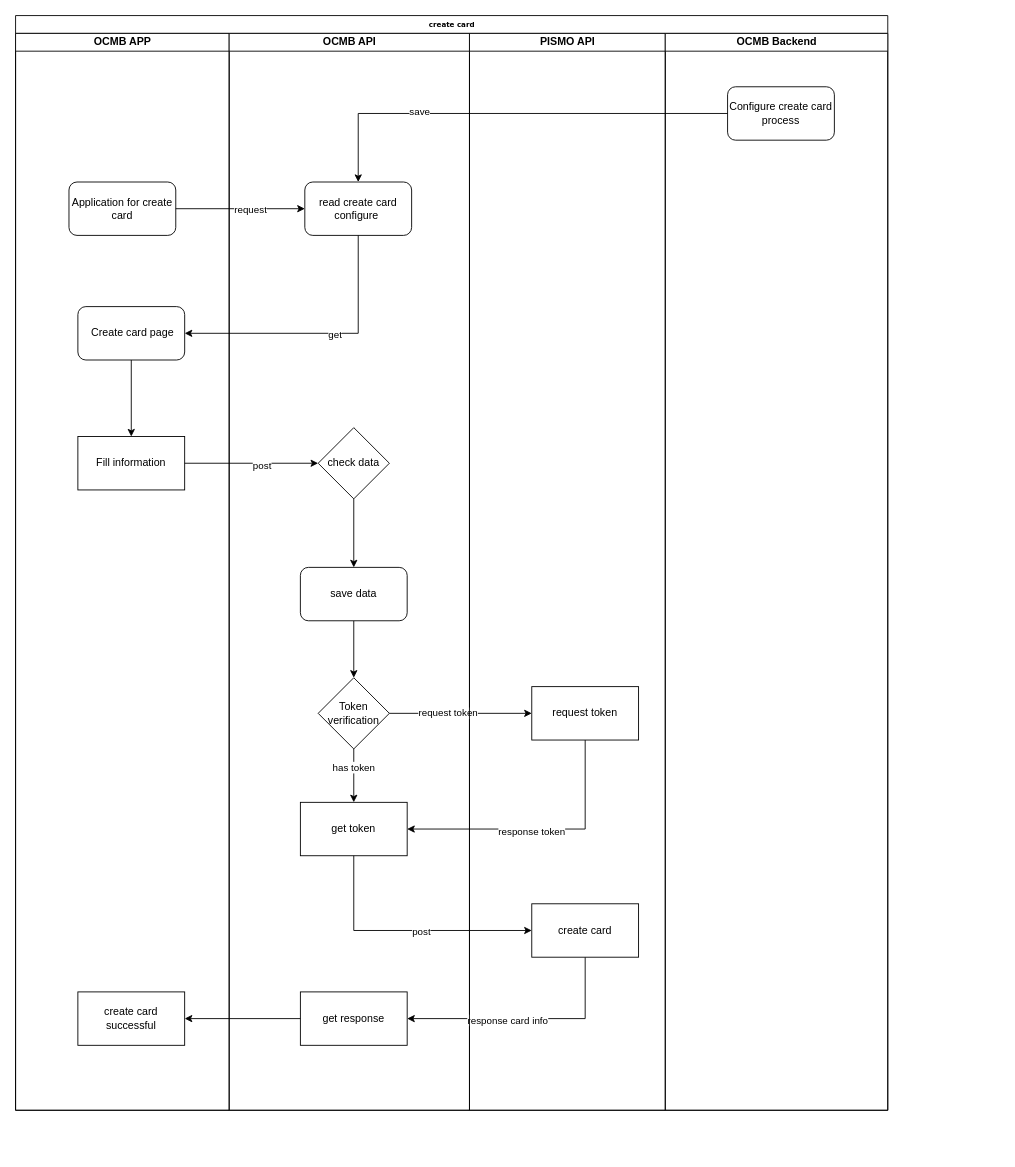
jiangwu85/cloud-config-samples keeps this draw.io diagram as page "create card" (2 of 3) of user/pismo-regist.drawio. Above is the earlier version. Source tidied: cells renumbered, new cells numbered last; positions are measured from the earlier drawing's top-left corner, leaving out a move shared by most shapes. Both pictures are drawn from the tidied source at 89%, with x=0, y=0 at pixel (15, 15).
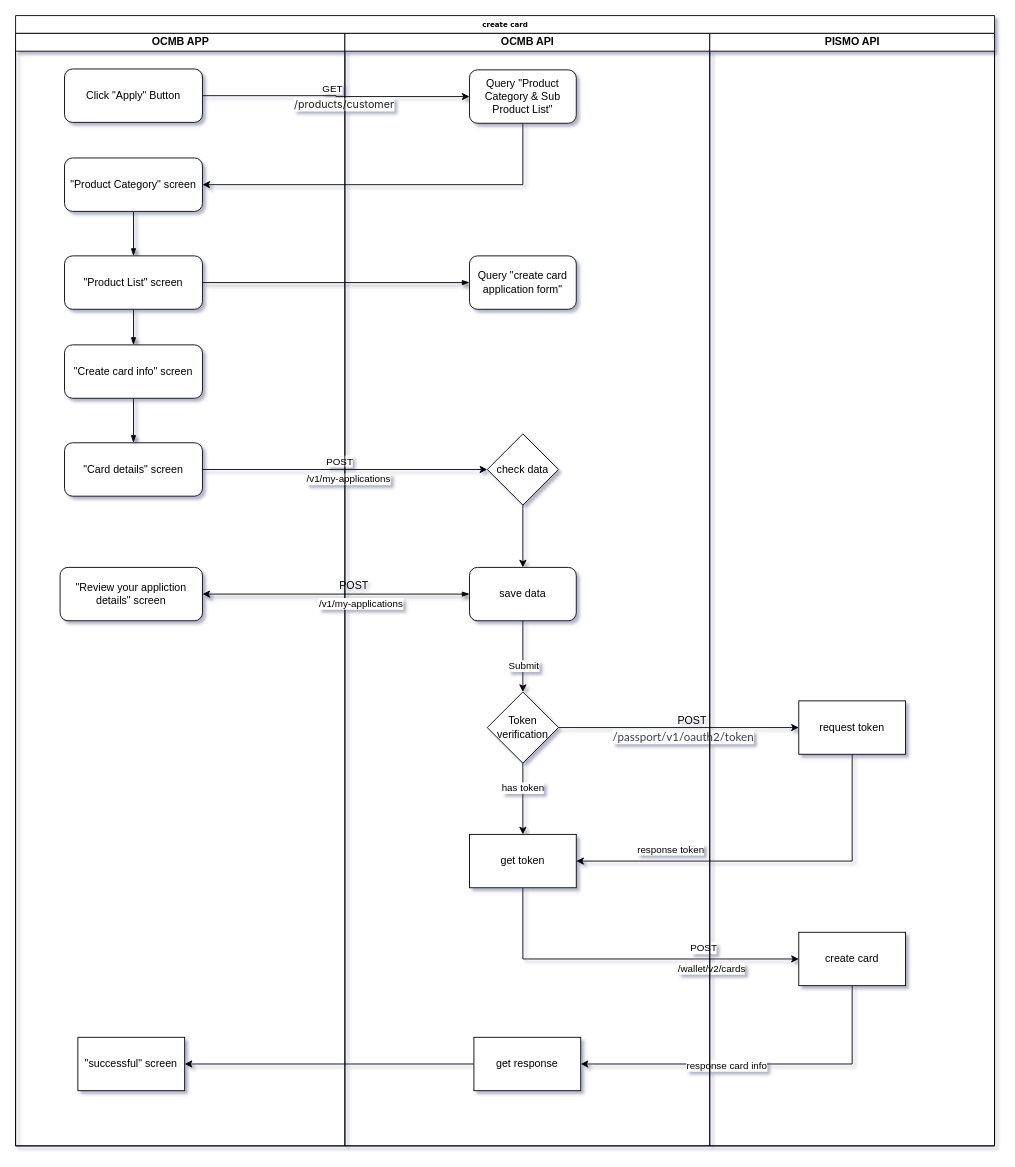
The same diagram, later.

Unchanged cells that the change refers to:
```xml
<mxCell id="11" style="edgeStyle=orthogonalEdgeStyle;rounded=0;jettySize=auto;html=1;exitX=0.5;exitY=1;exitDx=0;exitDy=0;" parent="9" edge="1" source="12" target="15">
  <mxGeometry relative="1" as="geometry" />
</mxCell>
```

Change to the diagram source:
```diff
@@
-<mxGraphModel>
+<mxGraphModel shadow="1">
@@
     <mxCell id="2" value="create card" style="swimlane;html=1;startSize=20;rounded=0;shadow=0;labelBackgroundColor=none;strokeWidth=1;fontFamily=Verdana;fontSize=8;align=center;" parent="1" vertex="1">
-      <mxGeometry width="980" height="1230" as="geometry" />
+      <mxGeometry width="1100" height="1270" as="geometry" />
     </mxCell>
     <mxCell id="3" value="OCMB APP" style="swimlane;html=1;startSize=20;" parent="2" vertex="1">
-      <mxGeometry y="20" width="240" height="1210" as="geometry" />
+      <mxGeometry y="20" width="370" height="1250" as="geometry" />
     </mxCell>
+    <mxCell id="43" style="edgeStyle=orthogonalEdgeStyle;rounded=0;jumpStyle=line;jettySize=auto;html=1;exitX=0.5;exitY=1;exitDx=0;exitDy=0;entryX=0.5;entryY=0;entryDx=0;entryDy=0;shadow=1;startArrow=none;startFill=0;endArrow=blockThin;endFill=1;" parent="3" edge="1" source="4" target="46">
+      <mxGeometry relative="1" as="geometry" />
+    </mxCell>
-    <mxCell id="4" value="&lt;div&gt;Application for create card&lt;/div&gt;" style="rounded=1;whiteSpace=wrap;html=1;" parent="3" vertex="1">
-      <mxGeometry x="60" y="167" width="120" height="60" as="geometry" />
+    <mxCell id="4" value="&lt;div&gt;&quot;Product Category&quot; screen&lt;/div&gt;" style="rounded=1;whiteSpace=wrap;html=1;" parent="3" vertex="1">
+      <mxGeometry x="55" y="140" width="155" height="60" as="geometry" />
     </mxCell>
-    <mxCell id="5" style="edgeStyle=orthogonalEdgeStyle;rounded=0;jettySize=auto;html=1;exitX=0.5;exitY=1;exitDx=0;exitDy=0;entryX=0.5;entryY=0;entryDx=0;entryDy=0;" parent="3" edge="1" source="6" target="7">
-      <mxGeometry relative="1" as="geometry" />
-    </mxCell>
-    <mxCell id="6" value="&lt;div&gt;&amp;nbsp;&lt;span style=&quot;background-color: initial;&quot;&gt;Create card page&lt;/span&gt;&lt;/div&gt;" style="whiteSpace=wrap;html=1;rounded=1;" parent="3" vertex="1">
-      <mxGeometry x="70" y="307" width="120" height="60" as="geometry" />
+    <mxCell id="6" value="&lt;div&gt;&quot;Card details&quot; screen&lt;/div&gt;" style="whiteSpace=wrap;html=1;rounded=1;" parent="3" vertex="1">
+      <mxGeometry x="55" y="460" width="155" height="60" as="geometry" />
     </mxCell>
-    <mxCell id="7" value="&lt;div&gt;Fill i&lt;span style=&quot;background-color: initial;&quot;&gt;nformation&lt;/span&gt;&lt;/div&gt;" style="whiteSpace=wrap;html=1;" parent="3" vertex="1">
-      <mxGeometry x="70" y="453" width="120" height="60" as="geometry" />
-    </mxCell>
-    <mxCell id="8" value="&lt;div&gt;create card successful&lt;/div&gt;" style="whiteSpace=wrap;html=1;rounded=0;" parent="3" vertex="1">
-      <mxGeometry x="70" y="1077" width="120" height="60" as="geometry" />
+    <mxCell id="8" value="&lt;div&gt;&quot;successful&quot; screen&lt;/div&gt;" style="whiteSpace=wrap;html=1;rounded=0;" parent="3" vertex="1">
+      <mxGeometry x="70" y="1128" width="120" height="60" as="geometry" />
     </mxCell>
+    <mxCell id="44" value="&lt;div&gt;Click &quot;Apply&quot; Button&lt;/div&gt;" style="rounded=1;whiteSpace=wrap;html=1;" parent="3" vertex="1">
+      <mxGeometry x="55" y="40" width="155" height="60" as="geometry" />
+    </mxCell>
+    <mxCell id="45" style="edgeStyle=orthogonalEdgeStyle;rounded=0;jumpStyle=line;jettySize=auto;html=1;shadow=1;startArrow=none;startFill=0;endArrow=blockThin;endFill=1;" parent="3" edge="1" source="46" target="48">
+      <mxGeometry relative="1" as="geometry" />
+    </mxCell>
+    <mxCell id="46" value="&lt;div&gt;&quot;Product List&quot; screen&lt;/div&gt;" style="rounded=1;whiteSpace=wrap;html=1;" parent="3" vertex="1">
+      <mxGeometry x="55" y="250" width="155" height="60" as="geometry" />
+    </mxCell>
+    <mxCell id="47" style="edgeStyle=orthogonalEdgeStyle;rounded=0;jumpStyle=line;jettySize=auto;html=1;exitX=0.5;exitY=1;exitDx=0;exitDy=0;shadow=1;startArrow=none;startFill=0;endArrow=blockThin;endFill=1;" parent="3" edge="1" source="48" target="6">
+      <mxGeometry relative="1" as="geometry" />
+    </mxCell>
+    <mxCell id="48" value="&lt;div&gt;&quot;Create card info&quot; screen&lt;/div&gt;" style="whiteSpace=wrap;html=1;rounded=1;" parent="3" vertex="1">
+      <mxGeometry x="55" y="350" width="155" height="60" as="geometry" />
+    </mxCell>
+    <mxCell id="49" value="&quot;Review your appliction details&quot; screen" style="rounded=1;whiteSpace=wrap;html=1;strokeColor=#000000;fillColor=#FFFFFF;" parent="3" vertex="1">
+      <mxGeometry x="50" y="600" width="160" height="60" as="geometry" />
+    </mxCell>
+    <mxCell id="33" style="edgeStyle=orthogonalEdgeStyle;rounded=0;jettySize=auto;html=1;exitX=1;exitY=0.5;exitDx=0;exitDy=0;entryX=0;entryY=0.5;entryDx=0;entryDy=0;" parent="2" edge="1" source="44" target="10">
+      <mxGeometry relative="1" as="geometry" />
+    </mxCell>
+    <mxCell id="34" value="&lt;span style=&quot;color: rgb(33, 33, 33); font-family: Inter, system-ui, -apple-system, BlinkMacSystemFont, &amp;quot;Segoe UI&amp;quot;, Roboto, Oxygen, Ubuntu, Cantarell, &amp;quot;Fira Sans&amp;quot;, &amp;quot;Droid Sans&amp;quot;, Helvetica, Arial, sans-serif; font-size: 12px; text-align: left;&quot;&gt;/products/customer&lt;/span&gt;" style="edgeLabel;html=1;align=center;verticalAlign=middle;" parent="33" vertex="1">
+      <mxGeometry x="0.14" relative="1" as="geometry">
+        <mxPoint x="-13" y="8" as="offset" />
+      </mxGeometry>
+    </mxCell>
+    <mxCell id="50" value="GET" style="edgeLabel;html=1;align=center;verticalAlign=middle;" parent="33" vertex="1">
+      <mxGeometry x="0.11" y="-2" relative="1" as="geometry">
+        <mxPoint x="-21" y="-12" as="offset" />
+      </mxGeometry>
+    </mxCell>
+    <mxCell id="35" style="edgeStyle=orthogonalEdgeStyle;rounded=0;jettySize=auto;html=1;exitX=0.5;exitY=1;exitDx=0;exitDy=0;entryX=1;entryY=0.5;entryDx=0;entryDy=0;" parent="2" edge="1" source="10" target="4">
+      <mxGeometry relative="1" as="geometry" />
+    </mxCell>
+    <mxCell id="21" style="edgeStyle=orthogonalEdgeStyle;rounded=0;jettySize=auto;html=1;exitX=1;exitY=0.5;exitDx=0;exitDy=0;entryX=0;entryY=0.5;entryDx=0;entryDy=0;" parent="2" edge="1" source="15" target="31">
+      <mxGeometry relative="1" as="geometry" />
+    </mxCell>
+    <mxCell id="22" value="&lt;span style=&quot;color: rgb(56, 66, 72); font-family: Lato; font-size: 13px; text-align: start;&quot;&gt;/passport&lt;/span&gt;&lt;span style=&quot;color: rgb(56, 66, 72); font-family: Lato; font-size: 13px; text-align: start;&quot;&gt;/v1/oauth2/token&lt;/span&gt;" style="edgeLabel;html=1;align=center;verticalAlign=middle;" parent="21" vertex="1">
+      <mxGeometry x="-0.19" y="1" relative="1" as="geometry">
+        <mxPoint x="30" y="11" as="offset" />
+      </mxGeometry>
+    </mxCell>
+    <mxCell id="23" style="edgeStyle=orthogonalEdgeStyle;rounded=0;jettySize=auto;html=1;exitX=0.5;exitY=1;exitDx=0;exitDy=0;entryX=1;entryY=0.5;entryDx=0;entryDy=0;" parent="2" edge="1" source="31" target="16">
+      <mxGeometry relative="1" as="geometry" />
+    </mxCell>
+    <mxCell id="24" value="response token" style="edgeLabel;html=1;align=center;verticalAlign=middle;" parent="23" vertex="1">
+      <mxGeometry x="0.07" y="2" relative="1" as="geometry">
+        <mxPoint x="-95" y="-16" as="offset" />
+      </mxGeometry>
+    </mxCell>
+    <mxCell id="25" style="edgeStyle=orthogonalEdgeStyle;rounded=0;jettySize=auto;html=1;exitX=0.5;exitY=1;exitDx=0;exitDy=0;entryX=0;entryY=0.5;entryDx=0;entryDy=0;" parent="2" edge="1" source="16" target="32">
+      <mxGeometry relative="1" as="geometry" />
+    </mxCell>
+    <mxCell id="26" value="POST" style="edgeLabel;html=1;align=center;verticalAlign=middle;" parent="25" vertex="1">
+      <mxGeometry x="0.12" relative="1" as="geometry">
+        <mxPoint x="64" y="-13" as="offset" />
+      </mxGeometry>
+    </mxCell>
+    <mxCell id="51" value="&lt;div style=&quot;display: flex; margin-top: 10px; color: rgb(56, 66, 72); font-family: Lato; font-size: medium; text-align: start;&quot; class=&quot;headline-container-article-info2GaOf2jMpV0r&quot;&gt;&lt;span style=&quot;font-size: 13px; word-break: break-all;&quot; title=&quot;https://api-sandbox.pismolabs.io/wallet/v2/cards&quot; class=&quot;headline-container-article-info-url2nV_XrjpFuVQ&quot;&gt;&lt;br&gt;&lt;/span&gt;&lt;/div&gt;&lt;div style=&quot;font-size: medium; text-size-adjust: 100%; position: relative; font-family: Lato; line-height: var(--markdown-line-height); color: rgb(56, 66, 72); overflow-wrap: break-word; margin-bottom: 0px; margin-top: 10px; text-align: start;&quot; class=&quot;markdown-body undefined excerptT2m-MzSJGRK7&quot; role=&quot;doc-subtitle&quot;&gt;&lt;/div&gt;" style="edgeLabel;html=1;align=center;verticalAlign=middle;" parent="25" vertex="1">
+      <mxGeometry x="0.6" y="-3" relative="1" as="geometry">
+        <mxPoint x="-32" y="9" as="offset" />
+      </mxGeometry>
+    </mxCell>
+    <mxCell id="52" value="&lt;font face=&quot;monospace&quot; color=&quot;rgba(0, 0, 0, 0)&quot;&gt;&lt;span style=&quot;font-size: 0px;&quot;&gt;/wallet/v2/cards&lt;/span&gt;&lt;/font&gt;" style="edgeLabel;html=1;align=center;verticalAlign=middle;" parent="25" vertex="1">
+      <mxGeometry x="0.69" y="-2" relative="1" as="geometry" />
+    </mxCell>
+    <mxCell id="53" value="/wallet/v2/cards" style="edgeLabel;html=1;align=center;verticalAlign=middle;" parent="25" vertex="1">
+      <mxGeometry x="0.67" y="-3" relative="1" as="geometry">
+        <mxPoint x="-35" y="7" as="offset" />
+      </mxGeometry>
+    </mxCell>
+    <mxCell id="41" style="edgeStyle=orthogonalEdgeStyle;rounded=0;jettySize=auto;html=1;exitX=1;exitY=0.5;exitDx=0;exitDy=0;" parent="2" edge="1" source="6" target="20">
+      <mxGeometry relative="1" as="geometry" />
+    </mxCell>
+    <mxCell id="42" value="POST" style="edgeLabel;html=1;align=center;verticalAlign=middle;" parent="41" vertex="1">
+      <mxGeometry x="0.14" y="-2" relative="1" as="geometry">
+        <mxPoint x="-29" y="-12" as="offset" />
+      </mxGeometry>
+    </mxCell>
+    <mxCell id="54" value="/v1/my-applications" style="edgeLabel;html=1;align=center;verticalAlign=middle;" parent="41" vertex="1">
+      <mxGeometry x="0.27" relative="1" as="geometry">
+        <mxPoint x="-40" y="10" as="offset" />
+      </mxGeometry>
+    </mxCell>
+    <mxCell id="27" style="edgeStyle=orthogonalEdgeStyle;rounded=0;jettySize=auto;html=1;exitX=0.5;exitY=1;exitDx=0;exitDy=0;entryX=1;entryY=0.5;entryDx=0;entryDy=0;" parent="2" edge="1" source="32" target="17">
+      <mxGeometry relative="1" as="geometry" />
+    </mxCell>
+    <mxCell id="28" value="response card info" style="edgeLabel;html=1;align=center;verticalAlign=middle;" parent="27" vertex="1">
+      <mxGeometry x="0.17" y="1" relative="1" as="geometry" />
+    </mxCell>
+    <mxCell id="29" style="edgeStyle=orthogonalEdgeStyle;rounded=0;jettySize=auto;html=1;" parent="2" edge="1" source="17" target="8">
+      <mxGeometry relative="1" as="geometry" />
+    </mxCell>
     <mxCell id="9" value="OCMB API" style="swimlane;html=1;startSize=20;" parent="2" vertex="1">
-      <mxGeometry x="240" y="20" width="270" height="1210" as="geometry" />
+      <mxGeometry x="370" y="20" width="410" height="1250" as="geometry" />
     </mxCell>
-    <mxCell id="10" value="read create card configure&amp;nbsp;" style="rounded=1;whiteSpace=wrap;html=1;" parent="9" vertex="1">
-      <mxGeometry x="85" y="167" width="120" height="60" as="geometry" />
+    <mxCell id="10" value="Query &quot;Product Category &amp;amp; Sub Product List&quot;" style="rounded=1;whiteSpace=wrap;html=1;" parent="9" vertex="1">
+      <mxGeometry x="140" y="41" width="120" height="60" as="geometry" />
     </mxCell>
@@
+    <mxCell id="55" value="Submit" style="edgeLabel;html=1;align=center;verticalAlign=middle;" parent="11" vertex="1">
+      <mxGeometry x="0.25" relative="1" as="geometry" />
+    </mxCell>
     <mxCell id="12" value="save data" style="rounded=1;whiteSpace=wrap;html=1;" parent="9" vertex="1">
-      <mxGeometry x="80" y="600" width="120" height="60" as="geometry" />
+      <mxGeometry x="140" y="600" width="120" height="60" as="geometry" />
     </mxCell>
@@
     <mxCell id="15" value="&lt;div&gt;Token verification&lt;/div&gt;" style="rhombus;whiteSpace=wrap;html=1;" parent="9" vertex="1">
-      <mxGeometry x="100" y="724" width="80" height="80" as="geometry" />
+      <mxGeometry x="160" y="740" width="80" height="80" as="geometry" />
     </mxCell>
     <mxCell id="16" value="get token" style="rounded=0;whiteSpace=wrap;html=1;" parent="9" vertex="1">
-      <mxGeometry x="80" y="864" width="120" height="60" as="geometry" />
+      <mxGeometry x="140" y="900" width="120" height="60" as="geometry" />
     </mxCell>
     <mxCell id="17" value="get response" style="whiteSpace=wrap;html=1;rounded=0;" parent="9" vertex="1">
-      <mxGeometry x="80" y="1077" width="120" height="60" as="geometry" />
+      <mxGeometry x="145" y="1128" width="120" height="60" as="geometry" />
     </mxCell>
     <mxCell id="18" style="edgeStyle=orthogonalEdgeStyle;rounded=0;orthogonalLoop=1;jettySize=auto;html=1;exitX=0.5;exitY=1;exitDx=0;exitDy=0;" parent="9" edge="1">
       <mxGeometry relative="1" as="geometry">
-        <mxPoint x="145" y="120" as="sourcePoint" />
-        <mxPoint x="145" y="120" as="targetPoint" />
+        <mxPoint x="205" as="sourcePoint" />
+        <mxPoint x="205" as="targetPoint" />
       </mxGeometry>
     </mxCell>
@@
     <mxCell id="20" value="check data" style="rhombus;whiteSpace=wrap;html=1;" parent="9" vertex="1">
-      <mxGeometry x="100" y="443" width="80" height="80" as="geometry" />
+      <mxGeometry x="160" y="450" width="80" height="80" as="geometry" />
     </mxCell>
-    <mxCell id="21" style="edgeStyle=orthogonalEdgeStyle;rounded=0;jettySize=auto;html=1;exitX=1;exitY=0.5;exitDx=0;exitDy=0;entryX=0;entryY=0.5;entryDx=0;entryDy=0;" parent="2" edge="1" source="15" target="31">
-      <mxGeometry relative="1" as="geometry" />
-    </mxCell>
-    <mxCell id="22" value="&lt;div&gt;&lt;span style=&quot;font-size: 11px;&quot;&gt;request token&lt;/span&gt;&lt;/div&gt;" style="edgeLabel;html=1;align=center;verticalAlign=middle;" parent="21" vertex="1">
-      <mxGeometry x="-0.19" y="1" relative="1" as="geometry" />
-    </mxCell>
-    <mxCell id="23" style="edgeStyle=orthogonalEdgeStyle;rounded=0;jettySize=auto;html=1;exitX=0.5;exitY=1;exitDx=0;exitDy=0;entryX=1;entryY=0.5;entryDx=0;entryDy=0;" parent="2" edge="1" source="31" target="16">
-      <mxGeometry relative="1" as="geometry" />
-    </mxCell>
-    <mxCell id="24" value="response token" style="edgeLabel;html=1;align=center;verticalAlign=middle;" parent="23" vertex="1">
-      <mxGeometry x="0.07" y="2" relative="1" as="geometry" />
-    </mxCell>
-    <mxCell id="25" style="edgeStyle=orthogonalEdgeStyle;rounded=0;jettySize=auto;html=1;exitX=0.5;exitY=1;exitDx=0;exitDy=0;entryX=0;entryY=0.5;entryDx=0;entryDy=0;" parent="2" edge="1" source="16" target="32">
-      <mxGeometry relative="1" as="geometry" />
-    </mxCell>
-    <mxCell id="26" value="post" style="edgeLabel;html=1;align=center;verticalAlign=middle;" parent="25" vertex="1">
-      <mxGeometry x="0.12" relative="1" as="geometry" />
-    </mxCell>
-    <mxCell id="27" style="edgeStyle=orthogonalEdgeStyle;rounded=0;jettySize=auto;html=1;exitX=0.5;exitY=1;exitDx=0;exitDy=0;entryX=1;entryY=0.5;entryDx=0;entryDy=0;" parent="2" edge="1" source="32" target="17">
-      <mxGeometry relative="1" as="geometry" />
-    </mxCell>
-    <mxCell id="28" value="response card info" style="edgeLabel;html=1;align=center;verticalAlign=middle;" parent="27" vertex="1">
-      <mxGeometry x="0.17" y="1" relative="1" as="geometry" />
-    </mxCell>
-    <mxCell id="29" style="edgeStyle=orthogonalEdgeStyle;rounded=0;jettySize=auto;html=1;" parent="2" edge="1" source="17" target="8">
-      <mxGeometry relative="1" as="geometry" />
-    </mxCell>
+    <mxCell id="56" value="Query &quot;create card application form&quot;" style="rounded=1;whiteSpace=wrap;html=1;" parent="9" vertex="1">
+      <mxGeometry x="140" y="250" width="120" height="60" as="geometry" />
+    </mxCell>
+    <mxCell id="57" value="POST" style="text;html=1;align=center;verticalAlign=middle;strokeColor=none;fillColor=none;" parent="9" vertex="1">
+      <mxGeometry x="-20" y="606" width="60" height="30" as="geometry" />
+    </mxCell>
+    <mxCell id="58" style="edgeStyle=orthogonalEdgeStyle;rounded=0;jumpStyle=line;jettySize=auto;html=1;exitX=1;exitY=0.5;exitDx=0;exitDy=0;shadow=1;startArrow=none;startFill=0;endArrow=blockThin;endFill=1;" parent="2" edge="1" source="46" target="56">
+      <mxGeometry relative="1" as="geometry" />
+    </mxCell>
+    <mxCell id="59" style="edgeStyle=orthogonalEdgeStyle;rounded=0;jumpStyle=line;jettySize=auto;html=1;exitX=1;exitY=0.5;exitDx=0;exitDy=0;entryX=0;entryY=0.5;entryDx=0;entryDy=0;shadow=1;startArrow=classic;startFill=1;endArrow=blockThin;endFill=1;" parent="2" edge="1" source="49" target="12">
+      <mxGeometry relative="1" as="geometry" />
+    </mxCell>
+    <mxCell id="60" value="/v1/my-applications" style="edgeLabel;html=1;align=center;verticalAlign=middle;" parent="59" vertex="1">
+      <mxGeometry x="0.18" relative="1" as="geometry">
+        <mxPoint y="10" as="offset" />
+      </mxGeometry>
+    </mxCell>
     <mxCell id="30" value="PISMO API" style="swimlane;html=1;startSize=20;" parent="2" vertex="1">
-      <mxGeometry x="510" y="20" width="220" height="1210" as="geometry" />
+      <mxGeometry x="780" y="20" width="320" height="1250" as="geometry" />
     </mxCell>
     <mxCell id="31" value="request token" style="rounded=0;whiteSpace=wrap;html=1;" parent="30" vertex="1">
-      <mxGeometry x="70" y="734" width="120" height="60" as="geometry" />
+      <mxGeometry x="100" y="750" width="120" height="60" as="geometry" />
     </mxCell>
     <mxCell id="32" value="create card" style="whiteSpace=wrap;html=1;rounded=0;" parent="30" vertex="1">
-      <mxGeometry x="70" y="978" width="120" height="60" as="geometry" />
+      <mxGeometry x="100" y="1010" width="120" height="60" as="geometry" />
     </mxCell>
-    <mxCell id="33" style="edgeStyle=orthogonalEdgeStyle;rounded=0;jettySize=auto;html=1;exitX=1;exitY=0.5;exitDx=0;exitDy=0;entryX=0;entryY=0.5;entryDx=0;entryDy=0;" parent="2" edge="1" source="4" target="10">
-      <mxGeometry relative="1" as="geometry" />
-    </mxCell>
-    <mxCell id="34" value="request" style="edgeLabel;html=1;align=center;verticalAlign=middle;" parent="33" vertex="1">
-      <mxGeometry x="0.14" relative="1" as="geometry" />
-    </mxCell>
-    <mxCell id="35" style="edgeStyle=orthogonalEdgeStyle;rounded=0;jettySize=auto;html=1;exitX=0.5;exitY=1;exitDx=0;exitDy=0;entryX=1;entryY=0.5;entryDx=0;entryDy=0;" parent="2" edge="1" source="10" target="6">
-      <mxGeometry relative="1" as="geometry" />
-    </mxCell>
-    <mxCell id="36" value="get" style="edgeLabel;html=1;align=center;verticalAlign=middle;" parent="35" vertex="1">
-      <mxGeometry x="-0.1" y="1" relative="1" as="geometry" />
-    </mxCell>
-    <mxCell id="37" value="OCMB Backend" style="swimlane;html=1;startSize=20;" parent="2" vertex="1">
-      <mxGeometry x="730" y="20" width="250" height="1210" as="geometry" />
-    </mxCell>
-    <mxCell id="38" value="&lt;div&gt;Configure create card process&lt;/div&gt;" style="rounded=1;whiteSpace=wrap;html=1;" parent="37" vertex="1">
-      <mxGeometry x="70" y="60" width="120" height="60" as="geometry" />
-    </mxCell>
-    <mxCell id="39" style="edgeStyle=orthogonalEdgeStyle;rounded=0;jettySize=auto;html=1;exitX=0;exitY=0.5;exitDx=0;exitDy=0;entryX=0.5;entryY=0;entryDx=0;entryDy=0;" parent="2" edge="1" source="38" target="10">
-      <mxGeometry relative="1" as="geometry" />
-    </mxCell>
-    <mxCell id="40" value="save&lt;br&gt;" style="edgeLabel;html=1;align=center;verticalAlign=middle;" parent="39" vertex="1">
-      <mxGeometry x="0.41" y="-3" relative="1" as="geometry" />
-    </mxCell>
-    <mxCell id="41" style="edgeStyle=orthogonalEdgeStyle;rounded=0;jettySize=auto;html=1;exitX=1;exitY=0.5;exitDx=0;exitDy=0;" parent="2" edge="1" source="7" target="20">
-      <mxGeometry relative="1" as="geometry" />
-    </mxCell>
-    <mxCell id="42" value="post" style="edgeLabel;html=1;align=center;verticalAlign=middle;" parent="41" vertex="1">
-      <mxGeometry x="0.14" y="-2" relative="1" as="geometry" />
-    </mxCell>
+    <mxCell id="61" value="POST" style="text;html=1;align=center;verticalAlign=middle;strokeColor=none;fillColor=none;" parent="1" vertex="1">
+      <mxGeometry x="730" y="778" width="60" height="30" as="geometry" />
+    </mxCell>
```
